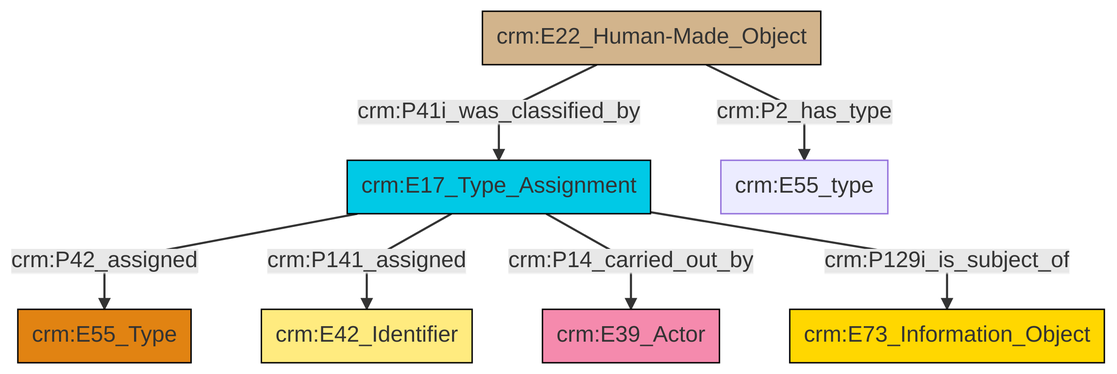
Earlier version of the Mermaid export et/builtWorkCSV/ttl/mmd/png/Built_Work_designation_status.png (swiss-art-research-net/reference-data-models). Its source is kept beside it as et/builtWorkCSV/ttl/mmd/Built_Work_designation_status.ttl.mmd.
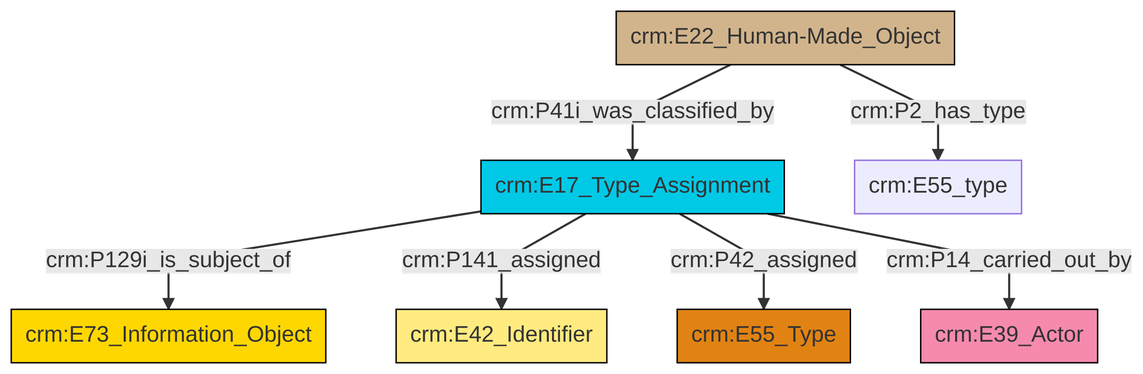
After the commit.

The edit, as a diff of the source:
```diff
@@ -13,9 +13,9 @@
 classDef PC_Classes fill:#4ce600, stroke:#000000;
 classDef Multi fill:#cccccc,stroke:#000000;
 
-0["crm:E17_Type_Assignment"]:::Temporal_Entity -->|crm:P42_assigned| 1["crm:E55_Type"]:::Type
-0["crm:E17_Type_Assignment"]:::Temporal_Entity -->|crm:P141_assigned| 2["crm:E42_Identifier"]:::Appellation
-0["crm:E17_Type_Assignment"]:::Temporal_Entity -->|crm:P14_carried_out_by| 4["crm:E39_Actor"]:::Actor
-0["crm:E17_Type_Assignment"]:::Temporal_Entity -->|crm:P129i_is_subject_of| 9["crm:E73_Information_Object"]:::Conceptual_Object
-12["crm:E22_Human-Made_Object"]:::Physical_Thing -->|crm:P41i_was_classified_by| 0["crm:E17_Type_Assignment"]:::Temporal_Entity
-12["crm:E22_Human-Made_Object"]:::Physical_Thing -->|crm:P2_has_type| 7["crm:E55_type"]:::Default
+0["crm:E17_Type_Assignment"]:::Temporal_Entity -->|crm:P129i_is_subject_of| 2["crm:E73_Information_Object"]:::Conceptual_Object
+3["crm:E22_Human-Made_Object"]:::Physical_Thing -->|crm:P41i_was_classified_by| 0["crm:E17_Type_Assignment"]:::Temporal_Entity
+0["crm:E17_Type_Assignment"]:::Temporal_Entity -->|crm:P141_assigned| 4["crm:E42_Identifier"]:::Appellation
+0["crm:E17_Type_Assignment"]:::Temporal_Entity -->|crm:P42_assigned| 8["crm:E55_Type"]:::Type
+3["crm:E22_Human-Made_Object"]:::Physical_Thing -->|crm:P2_has_type| 10["crm:E55_type"]:::Default
+0["crm:E17_Type_Assignment"]:::Temporal_Entity -->|crm:P14_carried_out_by| 6["crm:E39_Actor"]:::Actor
```
